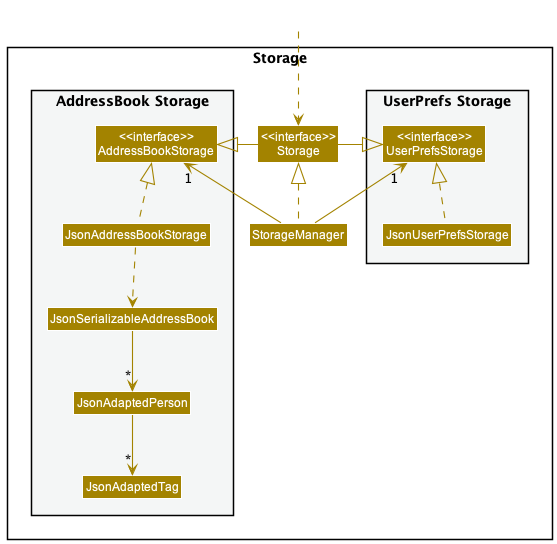
The PlantUML diagram docs/images/StorageClassDiagram.png in nus-cs2103-AY2223S2/tp, before a commit.
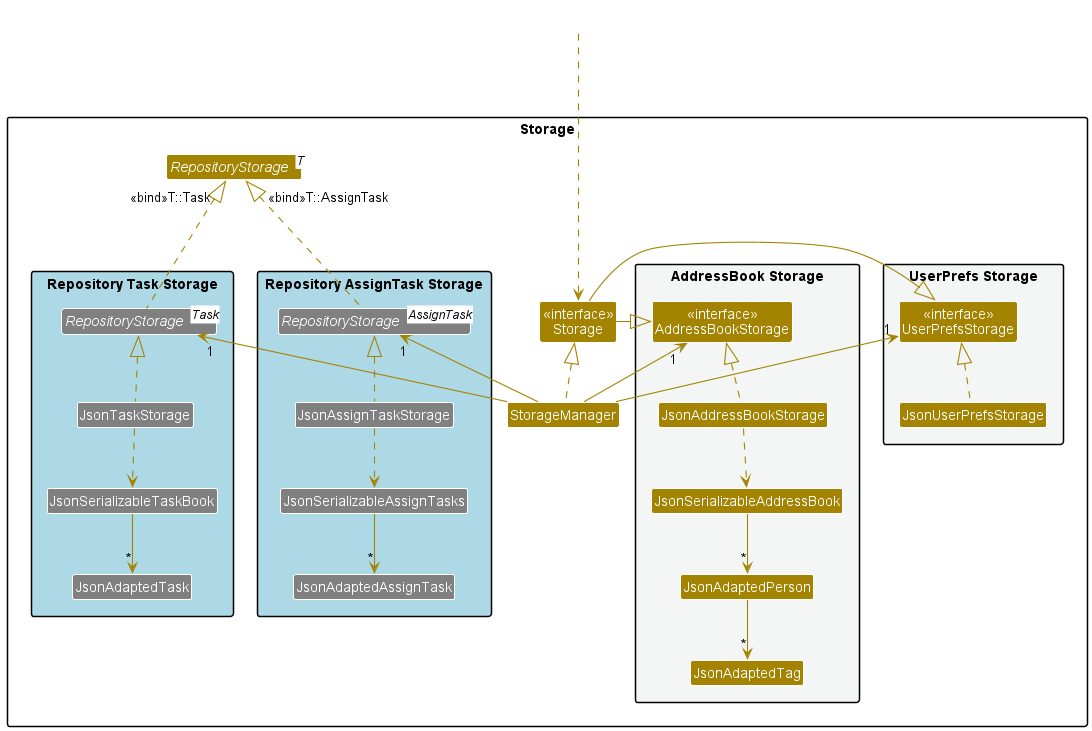
After the commit.

Diff of the diagram source:
```diff
@@ -4,40 +4,71 @@
 skinparam arrowColor STORAGE_COLOR
 skinparam classBackgroundColor STORAGE_COLOR
 
+allowmixing
 package Storage{
 
-package "UserPrefs Storage" #F4F6F6{
-Class "<<interface>>\nUserPrefsStorage" as UserPrefsStorage
-Class JsonUserPrefsStorage
+    package "UserPrefs Storage" #F4F6F6{
+    Class "<<interface>>\nUserPrefsStorage" as UserPrefsStorage
+    Class JsonUserPrefsStorage
+    }
+
+    Class "<<interface>>\nStorage" as StorageI
+    Class StorageManager
+
+    package "AddressBook Storage" #F4F6F6{
+    Class "<<interface>>\nAddressBookStorage" as AddressBookStorage
+    Class JsonAddressBookStorage
+    Class JsonSerializableAddressBook
+    Class JsonAdaptedPerson
+    Class JsonAdaptedTag
+    }
+
+    package "Repository Task Storage" #lightblue {
+      interface "RepositoryStorage<Task>" as RepositoryStorageTask #gray
+      class JsonTaskStorage #gray
+      class JsonSerializableTaskBook #gray
+      class JsonAdaptedTask #gray
+    }
+
+    package "Repository AssignTask Storage" #lightblue {
+      interface "RepositoryStorage<AssignTask>" as RepositoryStorageAssignTask #gray
+      class JsonAssignTaskStorage #gray
+      class JsonSerializableAssignTasks #gray
+      class JsonAdaptedAssignTask #gray
+    }
+
+
+
+    StorageManager .up.|> StorageI
+
+    StorageManager -up-> "1" UserPrefsStorage
+    StorageManager -up-> "1" AddressBookStorage
+    StorageManager -up-> "1" RepositoryStorageAssignTask
+    StorageManager -up-> "1" RepositoryStorageTask
+
+    StorageI ------left-|> UserPrefsStorage
+    StorageI -right-|> AddressBookStorage
+
+    JsonUserPrefsStorage .up.|> UserPrefsStorage
+    JsonAddressBookStorage .up.|> AddressBookStorage
+    JsonAddressBookStorage ..> JsonSerializableAddressBook
+    JsonSerializableAddressBook --> "*" JsonAdaptedPerson
+    JsonAdaptedPerson --> "*" JsonAdaptedTag
+
+    JsonTaskStorage .up.|> RepositoryStorageTask
+    JsonTaskStorage ..> JsonSerializableTaskBook
+    JsonSerializableTaskBook --> "*" JsonAdaptedTask
+
+
+    JsonAssignTaskStorage .up.|> RepositoryStorageAssignTask
+    JsonAssignTaskStorage ..> JsonSerializableAssignTasks
+    JsonSerializableAssignTasks --> "*" JsonAdaptedAssignTask
+
+    interface "RepositoryStorage<T>" as RepositoryStorage
+
+    RepositoryStorageAssignTask ..up.|> "<<bind>>T::AssignTask" RepositoryStorage
+    RepositoryStorageTask ..up.|> "<<bind>>T::Task" RepositoryStorage
 }
-
-Class "<<interface>>\nStorage" as Storage
-Class StorageManager
-
-package "AddressBook Storage" #F4F6F6{
-Class "<<interface>>\nAddressBookStorage" as AddressBookStorage
-Class JsonAddressBookStorage
-Class JsonSerializableAddressBook
-Class JsonAdaptedPerson
-Class JsonAdaptedTag
-}
-
-}
-
 Class HiddenOutside #FFFFFF
-HiddenOutside ..> Storage
-
-StorageManager .up.|> Storage
-StorageManager -up-> "1" UserPrefsStorage
-StorageManager -up-> "1" AddressBookStorage
-
-Storage -left-|> UserPrefsStorage
-Storage -right-|> AddressBookStorage
-
-JsonUserPrefsStorage .up.|> UserPrefsStorage
-JsonAddressBookStorage .up.|> AddressBookStorage
-JsonAddressBookStorage ..> JsonSerializableAddressBook
-JsonSerializableAddressBook --> "*" JsonAdaptedPerson
-JsonAdaptedPerson --> "*" JsonAdaptedTag
-
+HiddenOutside .....> StorageI
 @enduml
```
